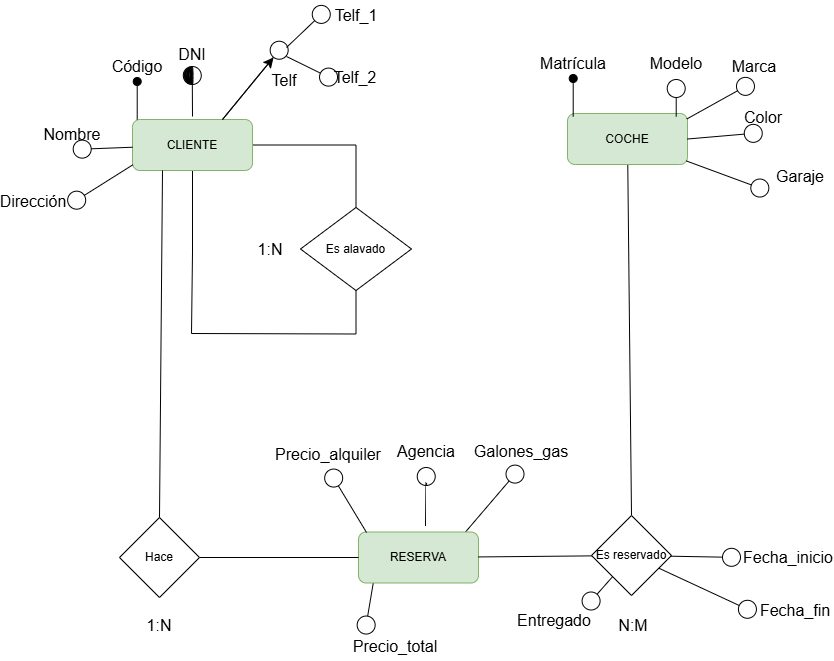
Above: Data Base/Coches.drawio.png in Samue45/1-DAM (draw.io), before the change. Source tidied: cells renumbered, new cells last; positions are measured from the earlier drawing's top-left corner, leaving out a move shared by most shapes.
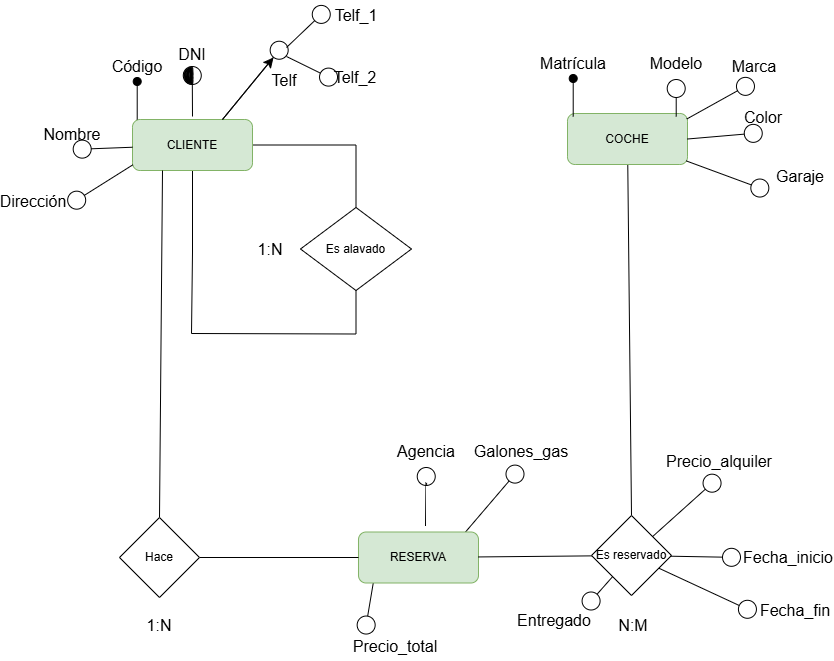
The same diagram one commit later.

What changed in the source:
```diff
@@ -113,7 +113,7 @@
       </mxGeometry>
     </mxCell>
     <mxCell id="30" value="Precio_alquiler" style="text;html=1;align=center;verticalAlign=middle;whiteSpace=wrap;rounded=0;fontSize=16;" parent="1" vertex="1">
-      <mxGeometry x="295" y="439" width="60" height="30" as="geometry" />
+      <mxGeometry x="686" y="446" width="60" height="30" as="geometry" />
     </mxCell>
     <mxCell id="31" value="Precio_total" style="text;html=1;align=center;verticalAlign=middle;whiteSpace=wrap;rounded=0;fontSize=16;" parent="1" vertex="1">
       <mxGeometry x="362.3" y="630.5" width="60" height="30" as="geometry" />
@@ -210,7 +210,7 @@
         <mxPoint x="753" y="613" as="targetPoint" />
       </mxGeometry>
     </mxCell>
-    <mxCell id="56" style="endArrow=circle;html=1;rounded=0;fontSize=12;startSize=8;endSize=8;curved=1;entryX=0.5;entryY=1;entryDx=0;entryDy=0;endFill=0;exitX=0.067;exitY=0.01;exitDx=0;exitDy=0;exitPerimeter=0;" parent="1" edge="1" source="38" target="30">
+    <mxCell id="56" style="endArrow=circle;html=1;rounded=0;fontSize=12;startSize=8;endSize=8;curved=1;entryX=0.5;entryY=1;entryDx=0;entryDy=0;endFill=0;" parent="1" edge="1" source="42" target="30">
       <mxGeometry relative="1" as="geometry" />
     </mxCell>
     <mxCell id="57" style="endArrow=circle;html=1;rounded=0;fontSize=12;startSize=8;endSize=8;curved=1;entryX=0.5;entryY=1;entryDx=0;entryDy=0;endFill=0;" parent="1" edge="1">
```
